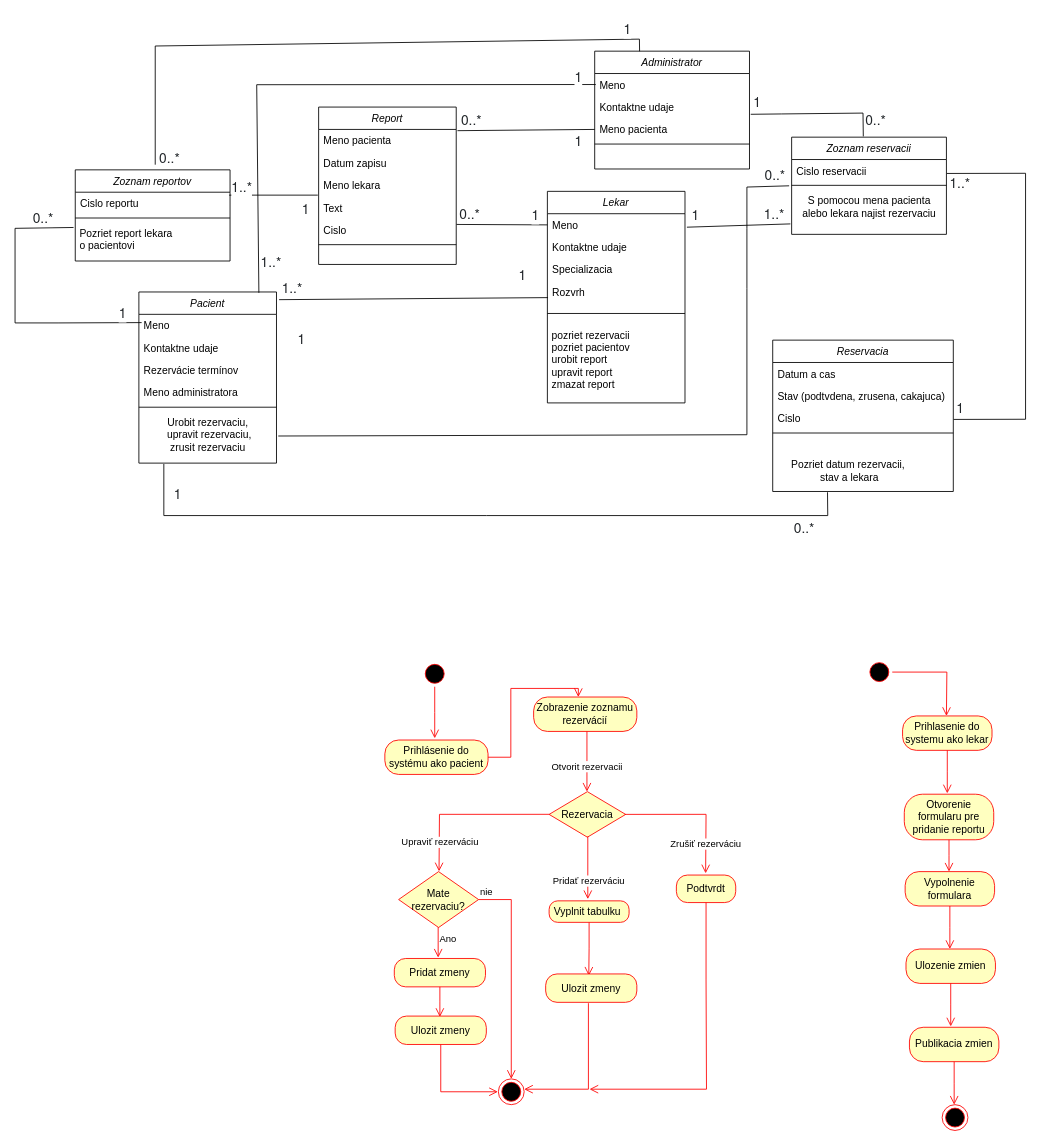
Above: Диаграмма без названия.drawio in Mixa-123098/someFunProject (draw.io), before the change. Source tidied: cells renumbered, new cells numbered last; positions are measured from the earlier drawing's top-left corner, leaving out a move shared by most shapes. Both pictures are drawn from the tidied source at 86%, with x=0, y=0 at pixel (15, 15).
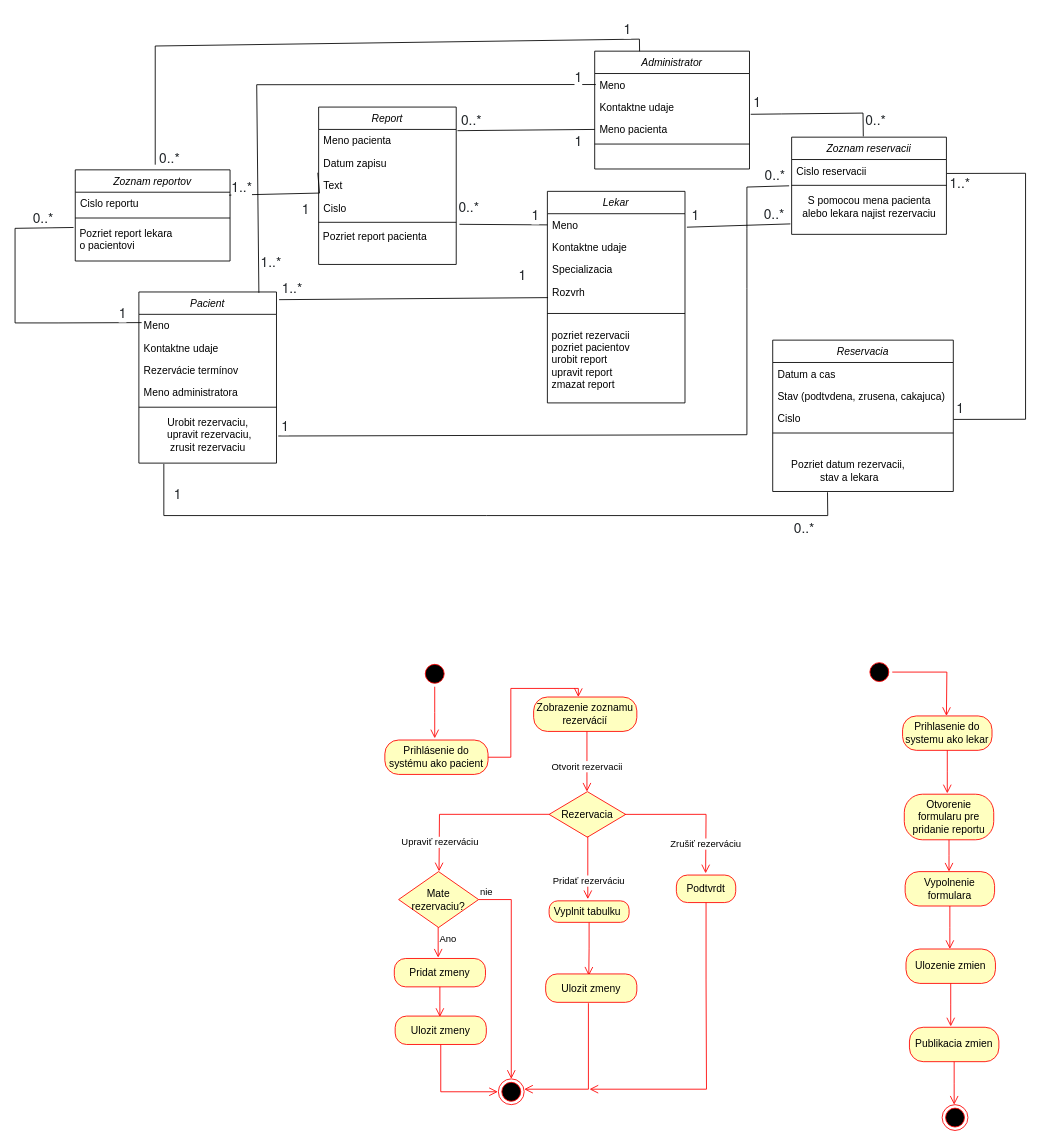
The same diagram, later.

Unchanged cells that the change refers to:
```xml
<mxCell id="10" value="Meno" style="text;align=left;verticalAlign=top;spacingLeft=4;spacingRight=4;overflow=hidden;points=[[0,0.5],[1,0.5]];portConstraint=eastwest;" parent="9" vertex="1">
  <mxGeometry y="26" width="160" height="26" as="geometry" />
</mxCell>
<mxCell id="26" value="Report" style="swimlane;fontStyle=2;align=center;verticalAlign=top;horizontal=1;startSize=26;rounded=0;shadow=0;strokeWidth=1;" parent="1" vertex="1">
  <mxGeometry x="353" y="107" width="160" height="183" as="geometry" />
</mxCell>
<mxCell id="59" value="Cislo reportu" style="text;align=left;verticalAlign=top;spacingLeft=4;spacingRight=4;overflow=hidden;points=[[0,0.5],[1,0.5]];portConstraint=eastwest;rounded=0;shadow=0;html=0;" parent="58" vertex="1">
  <mxGeometry y="26" width="180" height="26" as="geometry" />
</mxCell>
```

Diff of the diagram source:
```diff
@@
-    <mxCell id="29" value="Meno lekara" style="text;align=left;verticalAlign=top;spacingLeft=4;spacingRight=4;overflow=hidden;rounded=0;shadow=0;html=0;" parent="26" vertex="1">
-      <mxGeometry y="78" width="160" height="26" as="geometry" />
-    </mxCell>
     <mxCell id="30" value="Text" style="text;align=left;verticalAlign=top;spacingLeft=4;spacingRight=4;overflow=hidden;points=[[0,0.5],[1,0.5]];portConstraint=eastwest;rounded=0;shadow=0;html=0;" parent="26" vertex="1">
-      <mxGeometry y="104" width="160" height="26" as="geometry" />
+      <mxGeometry y="78" width="160" height="26" as="geometry" />
     </mxCell>
     <mxCell id="31" value="Cislo" style="text;align=left;verticalAlign=top;spacingLeft=4;spacingRight=4;overflow=hidden;points=[[0,0.5],[1,0.5]];portConstraint=eastwest;rounded=0;shadow=0;html=0;" parent="26" vertex="1">
-      <mxGeometry y="130" width="160" height="26" as="geometry" />
+      <mxGeometry y="104" width="160" height="26" as="geometry" />
     </mxCell>
     <mxCell id="32" style="line;strokeWidth=1;fillColor=none;align=left;verticalAlign=middle;spacingTop=-1;spacingLeft=3;spacingRight=3;labelPosition=right;strokeColor=inherit;" parent="26" vertex="1">
-      <mxGeometry y="156" width="160" height="8" as="geometry" />
+      <mxGeometry y="130" width="160" height="8" as="geometry" />
     </mxCell>
+    <mxCell id="119" value="&amp;nbsp;Pozriet report pacienta" style="text;html=1;align=left;verticalAlign=middle;strokeColor=none;fillColor=none;" parent="26" vertex="1">
+      <mxGeometry y="138" width="160" height="26" as="geometry" />
+    </mxCell>
-    <mxCell id="33" style="endArrow=none;html=1;rounded=0;exitX=0;exitY=0.5;exitDx=0;exitDy=0;entryX=1.002;entryY=0.249;entryDx=0;entryDy=0;entryPerimeter=0;" parent="1" edge="1" source="10" target="31">
+    <mxCell id="33" style="endArrow=none;html=1;rounded=0;exitX=0;exitY=0.5;exitDx=0;exitDy=0;entryX=0.067;entryY=0.933;entryDx=0;entryDy=0;entryPerimeter=0;" parent="1" edge="1" source="10" target="39">
       <mxGeometry relative="1" as="geometry" />
     </mxCell>
@@
     <mxCell id="39" value="&lt;span style=&quot;color: rgb(33, 37, 41); font-family: &amp;quot;Fira Sans&amp;quot;, &amp;quot;Helvetica Neue&amp;quot;, Helvetica, Arial, sans-serif; font-size: 16px; font-style: normal; font-variant-ligatures: normal; font-variant-caps: normal; font-weight: 400; letter-spacing: normal; orphans: 2; text-align: -webkit-left; text-indent: 0px; text-transform: none; widows: 2; word-spacing: 0px; -webkit-text-stroke-width: 0px; white-space: normal; background-color: rgb(255, 255, 255); text-decoration-thickness: initial; text-decoration-style: initial; text-decoration-color: initial; float: none; display: inline !important;&quot;&gt;0..*&lt;/span&gt;" style="text;whiteSpace=wrap;html=1;" parent="1" vertex="1">
-      <mxGeometry x="515" y="215" width="40" height="40" as="geometry" />
+      <mxGeometry x="514" y="206" width="40" height="40" as="geometry" />
     </mxCell>
@@
     <mxCell id="62" style="endArrow=none;html=1;rounded=0;entryX=0.994;entryY=0.131;entryDx=0;entryDy=0;exitX=-0.006;exitY=-0.062;exitDx=0;exitDy=0;entryPerimeter=0;exitPerimeter=0;" parent="1" edge="1" source="30" target="59">
-      <mxGeometry relative="1" as="geometry" />
+      <mxGeometry relative="1" as="geometry">
+        <Array as="points">
+          <mxPoint x="354" y="207" />
+        </Array>
+      </mxGeometry>
     </mxCell>
@@
-    <mxCell id="111" value="&lt;font face=&quot;Fira Sans, Helvetica Neue, Helvetica, Arial, sans-serif&quot; color=&quot;#212529&quot;&gt;&lt;span style=&quot;font-size: 16px;&quot;&gt;1..*&lt;/span&gt;&lt;/font&gt;" style="text;whiteSpace=wrap;html=1;" parent="1" vertex="1">
+    <mxCell id="111" value="&lt;font face=&quot;Fira Sans, Helvetica Neue, Helvetica, Arial, sans-serif&quot; color=&quot;#212529&quot;&gt;&lt;span style=&quot;font-size: 16px;&quot;&gt;0..*&lt;/span&gt;&lt;/font&gt;" style="text;whiteSpace=wrap;html=1;" parent="1" vertex="1">
       <mxGeometry x="869" y="215" width="15" height="29" as="geometry" />
     </mxCell>
@@
     <mxCell id="113" value="&lt;span style=&quot;color: rgb(33, 37, 41); font-family: &amp;quot;Fira Sans&amp;quot;, &amp;quot;Helvetica Neue&amp;quot;, Helvetica, Arial, sans-serif; font-size: 16px; font-style: normal; font-variant-ligatures: normal; font-variant-caps: normal; font-weight: 400; letter-spacing: normal; orphans: 2; text-align: -webkit-left; text-indent: 0px; text-transform: none; widows: 2; word-spacing: 0px; -webkit-text-stroke-width: 0px; white-space: normal; background-color: rgb(255, 255, 255); text-decoration-thickness: initial; text-decoration-style: initial; text-decoration-color: initial; float: none; display: inline !important;&quot;&gt;1&lt;/span&gt;" style="text;whiteSpace=wrap;html=1;" parent="1" vertex="1">
-      <mxGeometry x="327" y="360" width="40" height="40" as="geometry" />
+      <mxGeometry x="308" y="461" width="40" height="40" as="geometry" />
     </mxCell>
```
